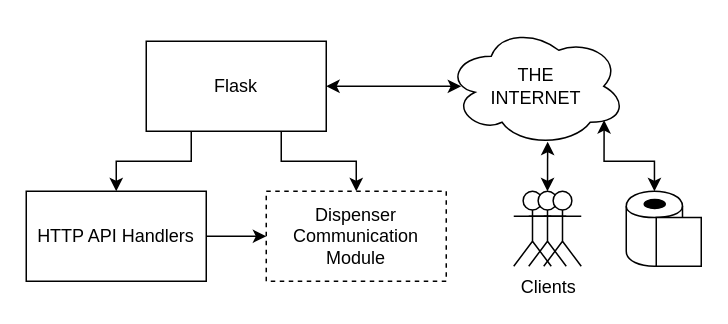
ECE2305-Group-25/TPaaS keeps this draw.io diagram as server/doc/diagrams.drawio. Above is the earlier version. Source tidied: cells renumbered, new cells numbered last; positions are measured from the earlier drawing's top-left corner, leaving out a move shared by most shapes. Both pictures are drawn from the tidied source at 150%, with x=0, y=0 at pixel (26, 26).
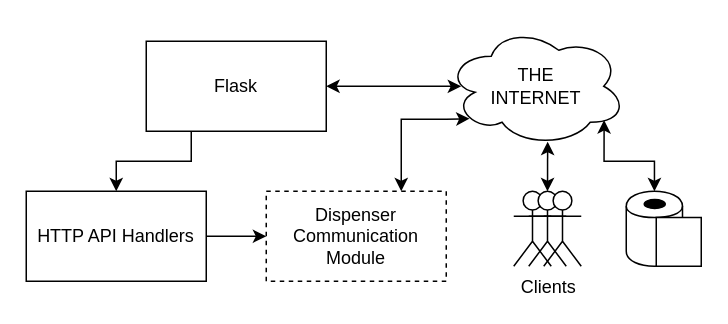
Above is the later version.

Unchanged cells that the change refers to:
```xml
<mxCell id="7" value="Flask" style="rounded=0;whiteSpace=wrap;html=1;" parent="1" vertex="1">
  <mxGeometry x="80" y="10" width="120" height="60" as="geometry" />
</mxCell>
<mxCell id="8" value="Dispenser Communication Module" style="rounded=0;whiteSpace=wrap;html=1;dashed=1;" parent="1" vertex="1">
  <mxGeometry x="160" y="110" width="120" height="60" as="geometry" />
</mxCell>
<mxCell id="9" value="&lt;div&gt;THE&lt;/div&gt;&lt;div&gt;INTERNET&lt;br&gt;&lt;/div&gt;" style="ellipse;shape=cloud;whiteSpace=wrap;html=1;" parent="1" vertex="1">
  <mxGeometry x="280" width="120" height="80" as="geometry" />
</mxCell>
```

The edit, as a diff of the source:
```diff
@@
-    <mxCell id="5" style="edgeStyle=orthogonalEdgeStyle;rounded=0;jettySize=auto;html=1;exitX=0.75;exitY=1;exitDx=0;exitDy=0;entryX=0.5;entryY=0;entryDx=0;entryDy=0;" parent="1" edge="1" source="7" target="8">
-      <mxGeometry relative="1" as="geometry" />
-    </mxCell>
@@
+    <mxCell id="18" style="edgeStyle=orthogonalEdgeStyle;rounded=0;jettySize=auto;html=1;exitX=0.75;exitY=0;exitDx=0;exitDy=0;entryX=0.13;entryY=0.77;entryDx=0;entryDy=0;entryPerimeter=0;startArrow=classic;startFill=1;" parent="1" edge="1" source="8" target="9">
+      <mxGeometry relative="1" as="geometry">
+        <Array as="points">
+          <mxPoint x="250" y="62" />
+          <mxPoint x="280" y="62" />
+        </Array>
+      </mxGeometry>
+    </mxCell>
```
